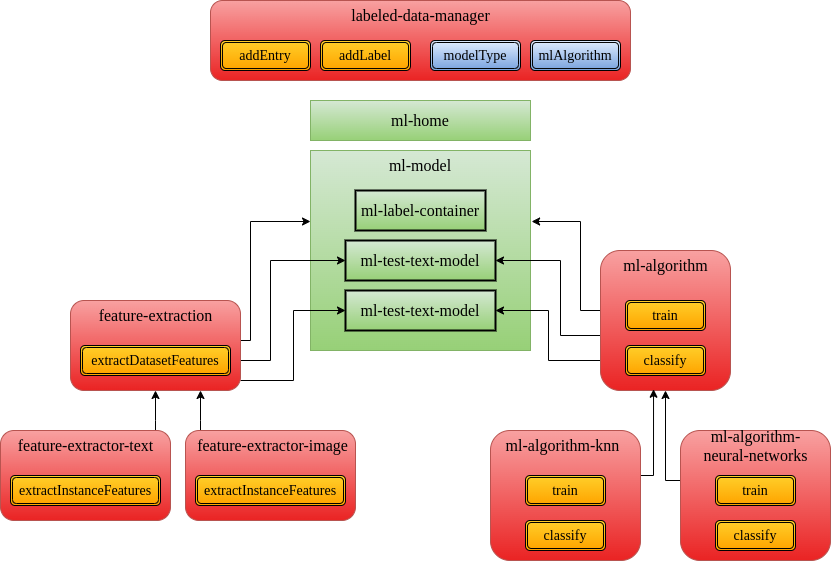
iruedar/MemoriaTFG-IgnacioRuedaRodriguez keeps this draw.io diagram as img/arquitectura.png. Above is the earlier version. Source tidied: cells renumbered, new cells last; positions are measured from the earlier drawing's top-left corner, leaving out a move shared by most shapes.
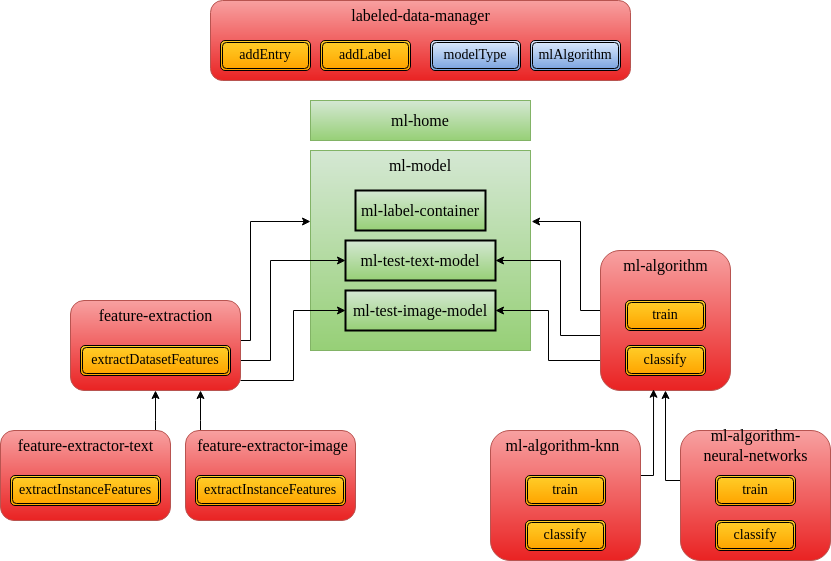
Above is the later version.

Diff of the diagram source:
```diff
@@ -35,7 +35,7 @@
     <mxCell id="12" value="&lt;font style=&quot;font-size: 16px&quot;&gt;ml-model&lt;/font&gt;" style="text;html=1;strokeColor=none;fillColor=none;align=center;verticalAlign=middle;whiteSpace=wrap;rounded=0;fontFamily=Times New Roman;fontSize=14;" parent="1" vertex="1">
       <mxGeometry x="375" y="150" width="90" height="30" as="geometry" />
     </mxCell>
-    <mxCell id="13" value="ml-test-text-model" style="rounded=0;whiteSpace=wrap;html=1;fontFamily=Times New Roman;fontSize=16;fillColor=#d5e8d4;gradientColor=#97d077;strokeColor=#000000;strokeWidth=2;" parent="1" vertex="1">
+    <mxCell id="13" value="ml-test-image-model" style="rounded=0;whiteSpace=wrap;html=1;fontFamily=Times New Roman;fontSize=16;fillColor=#d5e8d4;gradientColor=#97d077;strokeColor=#000000;strokeWidth=2;" parent="1" vertex="1">
       <mxGeometry x="345" y="290" width="150" height="40" as="geometry" />
     </mxCell>
     <mxCell id="14" style="edgeStyle=orthogonalEdgeStyle;rounded=0;jettySize=auto;html=1;entryX=0;entryY=0.5;entryDx=0;entryDy=0;fontFamily=Times New Roman;fontSize=16;" parent="1" edge="1" source="17" target="11">
```
